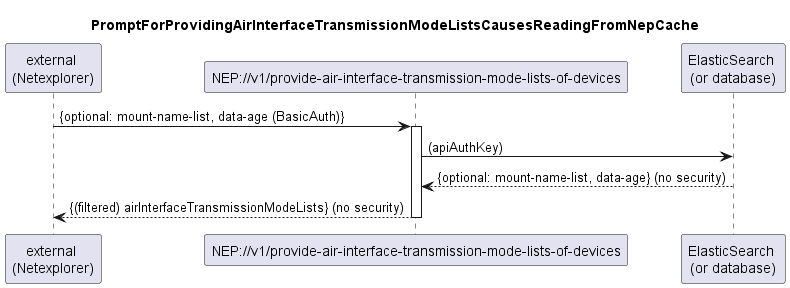
This is spec/diagrams/031_ProvideAirInterfaceTransmissionModeLists.png from openBackhaul/NetExplorerProxy, a PlantUML export, as it was before one commit.
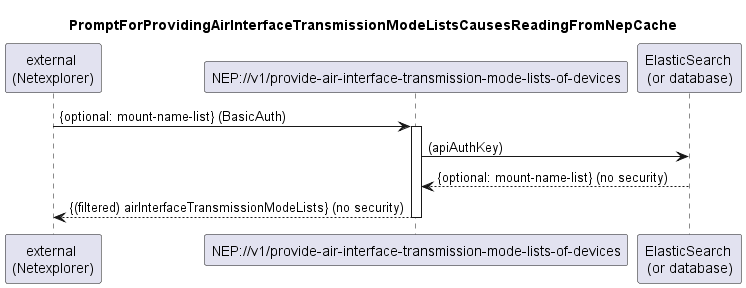
Above is the later version.

Commit message:
API /v1/provide-air-interface-transmission-mode-lists-of-devices doens't contain timestamp Fixes #186

The edit, as a diff of the source:
```diff
@@ -7,11 +7,11 @@
 participant "NEP://v1/provide-air-interface-transmission-mode-lists-of-devices" as nep
 participant "ElasticSearch \n(or database)" as db
 
-external -> nep: {optional: mount-name-list, data-age (BasicAuth)}
+external -> nep: {optional: mount-name-list} (BasicAuth)
 activate nep
 
 nep -> db: (apiAuthKey)
-db --> nep: {optional: mount-name-list, data-age} (no security)
+db --> nep: {optional: mount-name-list} (no security)
 
 nep --> external: {(filtered) airInterfaceTransmissionModeLists} (no security)
 
```
